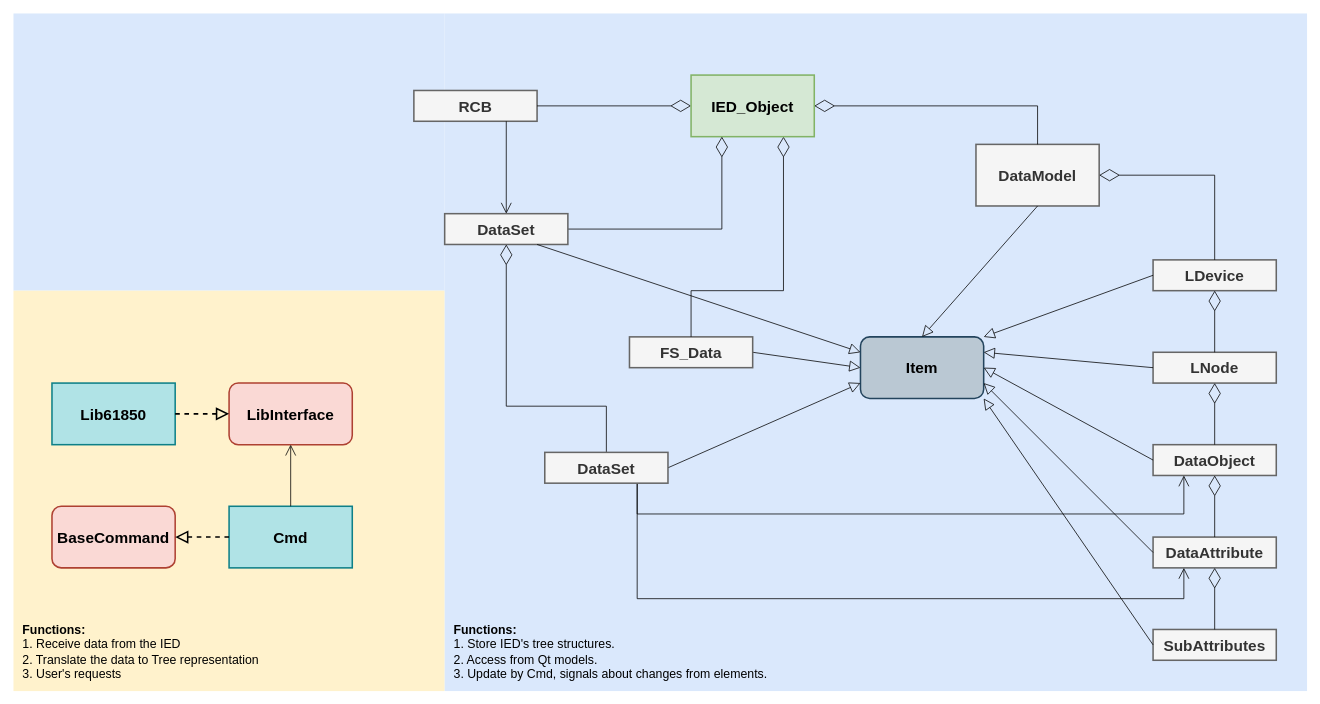
The draw.io diagram page "OOD" (11 of 13) of docs/Architecture.drawio in Rustam12345m/IEDClient, before the edit. Source tidied: cells renumbered, new cells numbered last; positions are measured from the earlier drawing's top-left corner, leaving out a move shared by most shapes. Both pictures are drawn from the tidied source at 77%, with x=0, y=0 at pixel (13, 13).
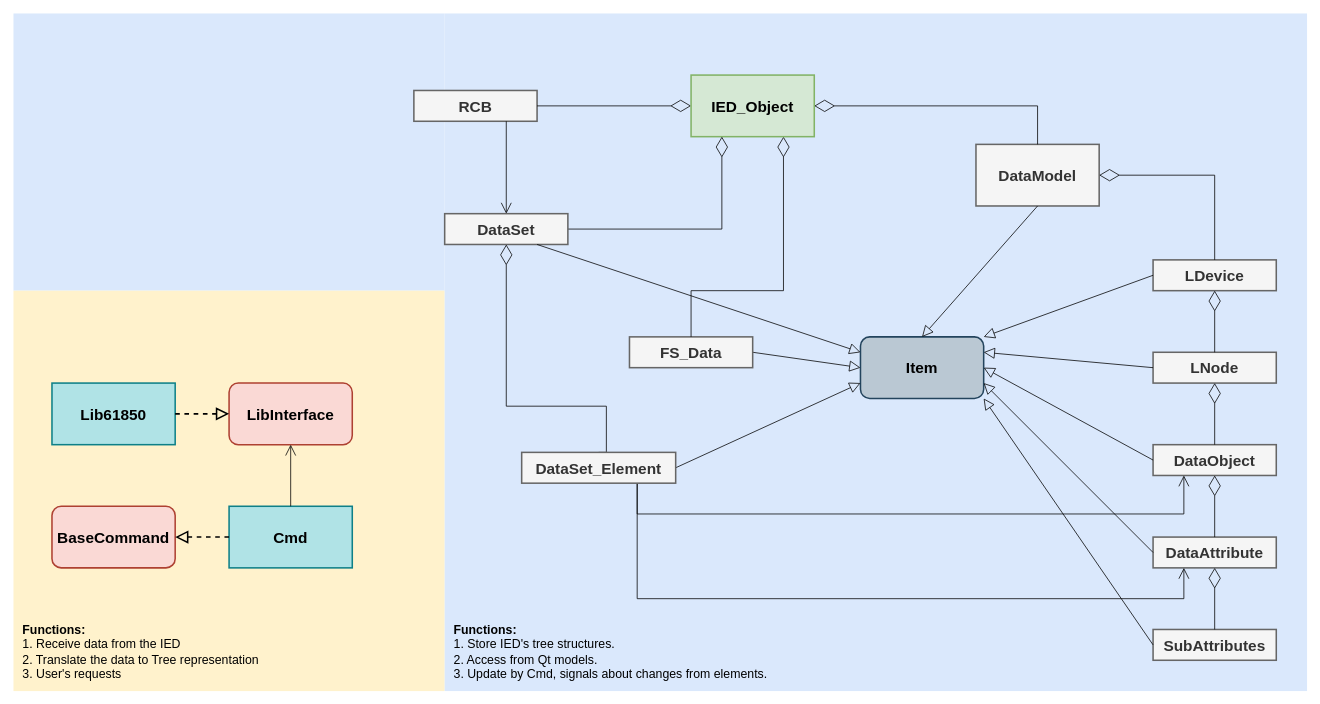
After the change.

Change to the diagram source:
```diff
@@
-    <mxCell id="46" value="DataSet" style="rounded=0;whiteSpace=wrap;html=1;fontSize=20;fontStyle=1;strokeWidth=2;fillColor=#f5f5f5;fontColor=#333333;strokeColor=#666666;" parent="1" vertex="1">
-      <mxGeometry x="690" y="570" width="160" height="40" as="geometry" />
+    <mxCell id="46" value="DataSet_Element" style="rounded=0;whiteSpace=wrap;html=1;fontSize=20;fontStyle=1;strokeWidth=2;fillColor=#f5f5f5;fontColor=#333333;strokeColor=#666666;" parent="1" vertex="1">
+      <mxGeometry x="660" y="570" width="200" height="40" as="geometry" />
     </mxCell>
```
